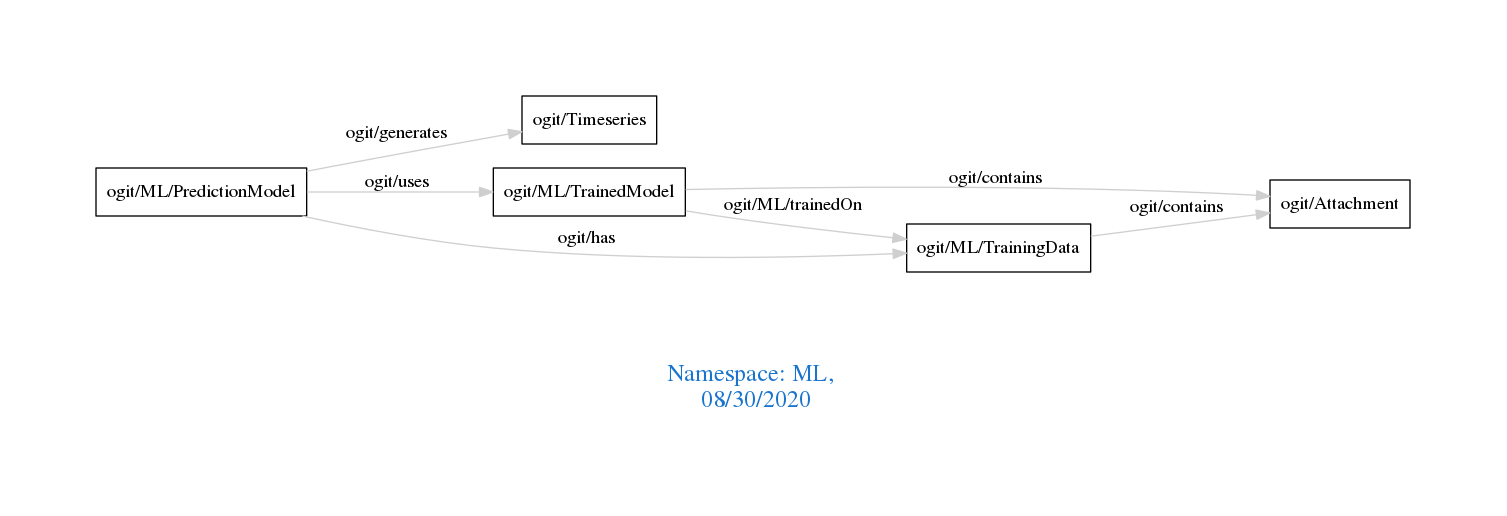
The Graphviz diagram downloads/ML.png in arago/OGIT, before a commit. Its source is kept beside it as downloads/ML.dot.
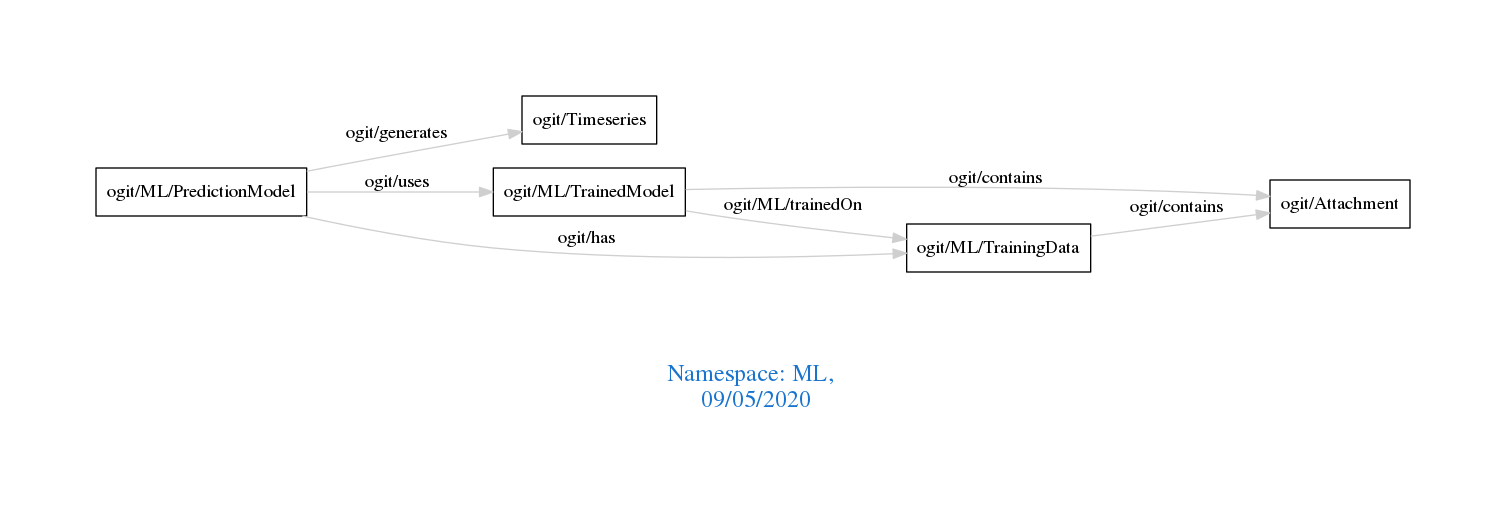
Above is the later version.

Change to the diagram source:
```diff
@@ -1,7 +1,7 @@
 digraph OGIT_ontology {
  graph [ rankdir= LR,pad=1
 fontsize = 18,
-fontcolor= dodgerblue3,label = "\n\n\nNamespace: ML, \n 08/30/2020"];
+fontcolor= dodgerblue3,label = "\n\n\nNamespace: ML, \n 09/05/2020"];
 node[shape=polygon];
 edge [  color="gray81"];
 
```
